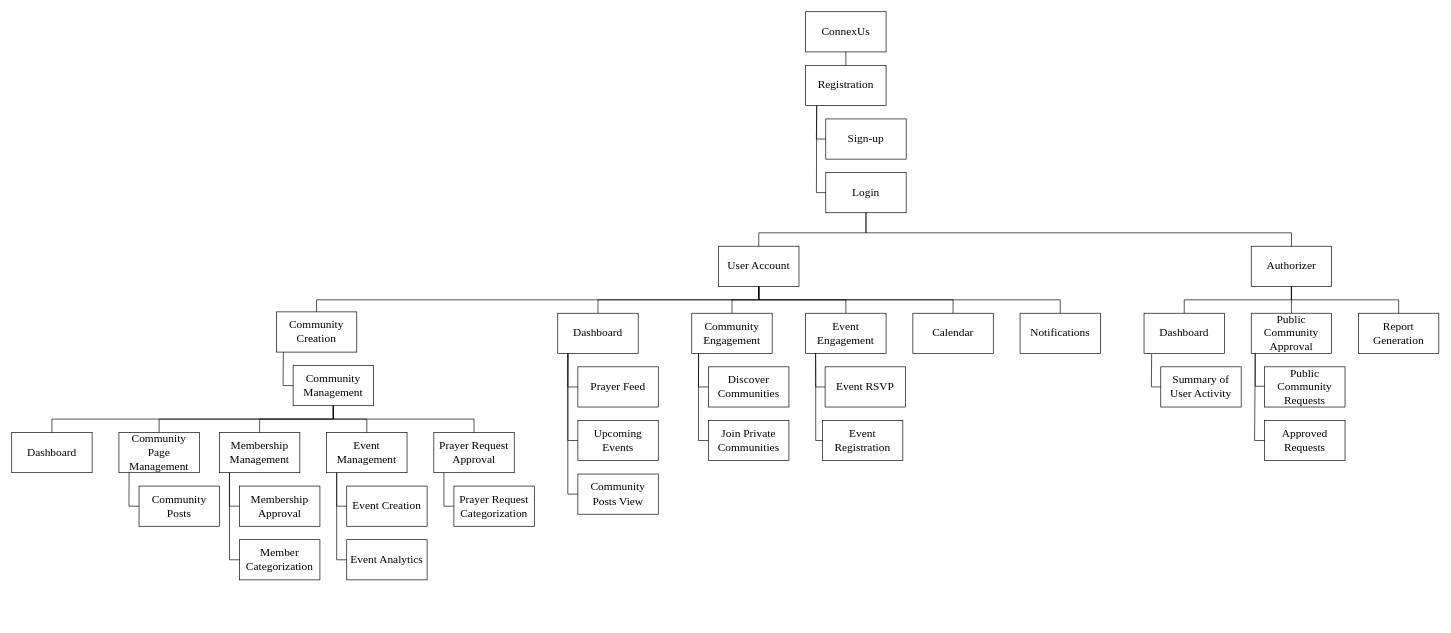
Before: page "Page-1" (1 of 11) of ConnexUs_Chap3.drawio in gvillanueva01/ConnexUs_diagrams, a draw.io diagram. Source tidied: cells renumbered, new cells numbered last; positions are measured from the earlier drawing's top-left corner, leaving out a move shared by most shapes. Both pictures are drawn from the tidied source at 67%, with x=0, y=0 at pixel (11, 11).
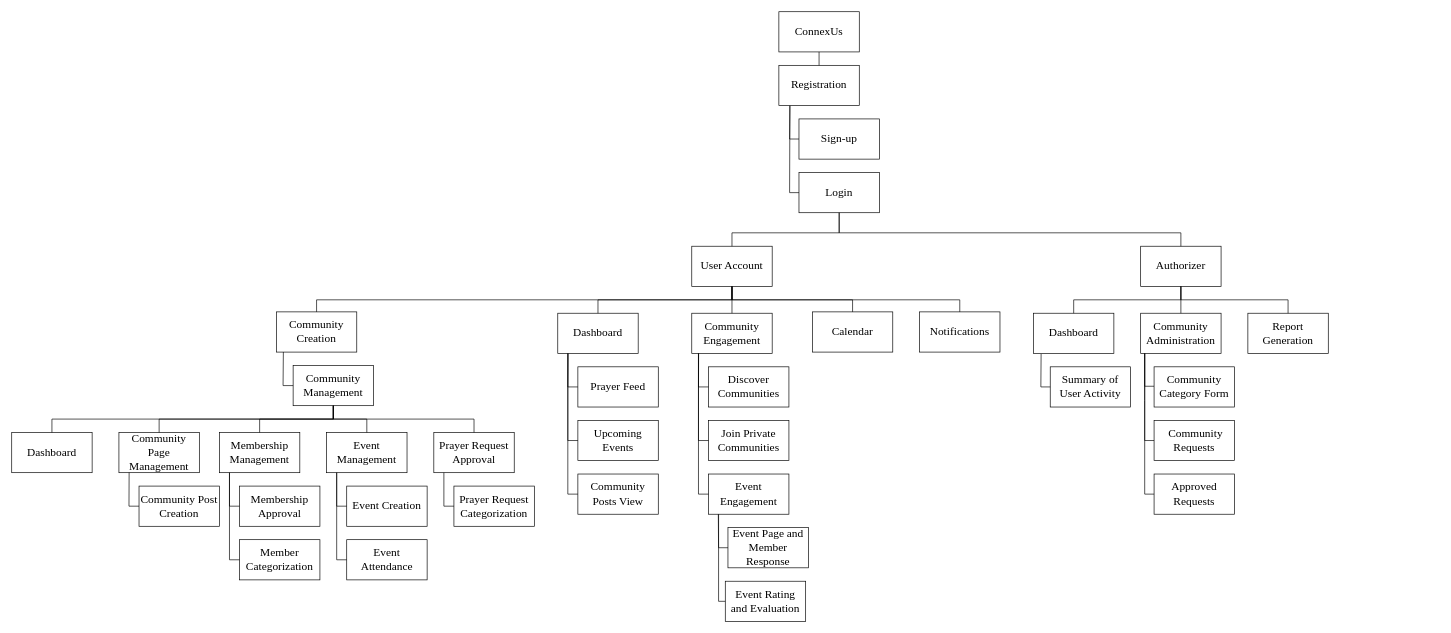
After the change.

The change refers to these unchanged cells:
```xml
<mxCell id="10" value="Community Engagement" style="rounded=0;whiteSpace=wrap;html=1;fontFamily=Times New Roman;fontSize=17;" parent="1" vertex="1">
  <mxGeometry x="1015" y="450" width="120" height="60" as="geometry" />
</mxCell>
<mxCell id="22" value="Community Creation" style="rounded=0;whiteSpace=wrap;html=1;fontFamily=Times New Roman;fontSize=17;" parent="1" vertex="1">
  <mxGeometry x="395" y="448" width="120" height="60" as="geometry" />
</mxCell>
<mxCell id="29" value="Dashboard" style="rounded=0;whiteSpace=wrap;html=1;fontFamily=Times New Roman;fontSize=17;" parent="1" vertex="1">
  <mxGeometry x="815" y="450" width="120" height="60" as="geometry" />
</mxCell>
```

Diff of the diagram source:
```diff
@@
     <mxCell id="2" value="ConnexUs" style="rounded=0;whiteSpace=wrap;html=1;fontFamily=Times New Roman;fontSize=17;" parent="1" vertex="1">
-      <mxGeometry x="1185" width="120" height="60" as="geometry" />
+      <mxGeometry x="1145" width="120" height="60" as="geometry" />
     </mxCell>
     <mxCell id="3" value="User Account" style="rounded=0;whiteSpace=wrap;html=1;fontFamily=Times New Roman;fontSize=17;" parent="1" vertex="1">
-      <mxGeometry x="1055" y="350" width="120" height="60" as="geometry" />
+      <mxGeometry x="1015" y="350" width="120" height="60" as="geometry" />
     </mxCell>
@@
     <mxCell id="5" value="Authorizer" style="rounded=0;whiteSpace=wrap;html=1;fontFamily=Times New Roman;fontSize=17;" parent="1" vertex="1">
-      <mxGeometry x="1850" y="350" width="120" height="60" as="geometry" />
+      <mxGeometry x="1685" y="350" width="120" height="60" as="geometry" />
     </mxCell>
     <mxCell id="6" value="Registration" style="rounded=0;whiteSpace=wrap;html=1;fontFamily=Times New Roman;fontSize=17;" parent="1" vertex="1">
-      <mxGeometry x="1185" y="80" width="120" height="60" as="geometry" />
+      <mxGeometry x="1145" y="80" width="120" height="60" as="geometry" />
     </mxCell>
     <mxCell id="7" value="Sign-up" style="rounded=0;whiteSpace=wrap;html=1;fontFamily=Times New Roman;fontSize=17;" parent="1" vertex="1">
-      <mxGeometry x="1215" y="160" width="120" height="60" as="geometry" />
+      <mxGeometry x="1175" y="160" width="120" height="60" as="geometry" />
     </mxCell>
     <mxCell id="8" value="Login" style="rounded=0;whiteSpace=wrap;html=1;fontFamily=Times New Roman;fontSize=17;" parent="1" vertex="1">
-      <mxGeometry x="1215" y="240" width="120" height="60" as="geometry" />
+      <mxGeometry x="1175" y="240" width="120" height="60" as="geometry" />
     </mxCell>
     <mxCell id="9" value="Event Engagement" style="rounded=0;whiteSpace=wrap;html=1;fontFamily=Times New Roman;fontSize=17;" parent="1" vertex="1">
-      <mxGeometry x="1185" y="450" width="120" height="60" as="geometry" />
+      <mxGeometry x="1040" y="690" width="120" height="60" as="geometry" />
     </mxCell>
@@
     <mxCell id="12" value="Calendar" style="rounded=0;whiteSpace=wrap;html=1;fontFamily=Times New Roman;fontSize=17;" parent="1" vertex="1">
-      <mxGeometry x="1345" y="450" width="120" height="60" as="geometry" />
+      <mxGeometry x="1195" y="448" width="120" height="60" as="geometry" />
     </mxCell>
@@
-    <mxCell id="14" value="Event Analytics" style="rounded=0;whiteSpace=wrap;html=1;fontFamily=Times New Roman;fontSize=17;" parent="1" vertex="1">
+    <mxCell id="14" value="Event Attendance" style="rounded=0;whiteSpace=wrap;html=1;fontFamily=Times New Roman;fontSize=17;" parent="1" vertex="1">
       <mxGeometry x="500" y="788" width="120" height="60" as="geometry" />
     </mxCell>
@@
     <mxCell id="21" value="Notifications" style="rounded=0;whiteSpace=wrap;html=1;fontFamily=Times New Roman;fontSize=17;" parent="1" vertex="1">
-      <mxGeometry x="1505" y="450" width="120" height="60" as="geometry" />
+      <mxGeometry x="1355" y="448" width="120" height="60" as="geometry" />
     </mxCell>
@@
-    <mxCell id="25" value="Event RSVP" style="rounded=0;whiteSpace=wrap;html=1;fontFamily=Times New Roman;fontSize=17;" parent="1" vertex="1">
-      <mxGeometry x="1214" y="530" width="120" height="60" as="geometry" />
+    <mxCell id="25" value="Event Page and Member Response" style="rounded=0;whiteSpace=wrap;html=1;fontFamily=Times New Roman;fontSize=17;" parent="1" vertex="1">
+      <mxGeometry x="1069" y="770" width="120" height="60" as="geometry" />
     </mxCell>
-    <mxCell id="26" value="Event Registration" style="rounded=0;whiteSpace=wrap;html=1;fontFamily=Times New Roman;fontSize=17;" parent="1" vertex="1">
-      <mxGeometry x="1210" y="610" width="120" height="60" as="geometry" />
+    <mxCell id="26" value="Event Rating and Evaluation" style="rounded=0;whiteSpace=wrap;html=1;fontFamily=Times New Roman;fontSize=17;" parent="1" vertex="1">
+      <mxGeometry x="1065" y="850" width="120" height="60" as="geometry" />
     </mxCell>
-    <mxCell id="27" value="Public Community Approval" style="rounded=0;whiteSpace=wrap;html=1;fontFamily=Times New Roman;fontSize=17;" parent="1" vertex="1">
-      <mxGeometry x="1850" y="450" width="120" height="60" as="geometry" />
+    <mxCell id="27" value="Community Administration" style="rounded=0;whiteSpace=wrap;html=1;fontFamily=Times New Roman;fontSize=17;" parent="1" vertex="1">
+      <mxGeometry x="1685" y="450" width="120" height="60" as="geometry" />
     </mxCell>
     <mxCell id="28" value="Dashboard" style="rounded=0;whiteSpace=wrap;html=1;fontFamily=Times New Roman;fontSize=17;" parent="1" vertex="1">
-      <mxGeometry x="1690" y="450" width="120" height="60" as="geometry" />
+      <mxGeometry x="1525" y="450" width="120" height="60" as="geometry" />
     </mxCell>
@@
-    <mxCell id="33" value="Community Posts" style="rounded=0;whiteSpace=wrap;html=1;fontFamily=Times New Roman;fontSize=17;" parent="1" vertex="1">
+    <mxCell id="33" value="Community Post Creation" style="rounded=0;whiteSpace=wrap;html=1;fontFamily=Times New Roman;fontSize=17;" parent="1" vertex="1">
       <mxGeometry x="190" y="708" width="120" height="60" as="geometry" />
     </mxCell>
@@
     <mxCell id="35" value="Report Generation" style="rounded=0;whiteSpace=wrap;html=1;fontFamily=Times New Roman;fontSize=17;" parent="1" vertex="1">
-      <mxGeometry x="2010" y="450" width="120" height="60" as="geometry" />
+      <mxGeometry x="1845" y="450" width="120" height="60" as="geometry" />
     </mxCell>
     <mxCell id="36" value="Summary of User Activity" style="rounded=0;whiteSpace=wrap;html=1;fontFamily=Times New Roman;fontSize=17;" parent="1" vertex="1">
-      <mxGeometry x="1715" y="530" width="120" height="60" as="geometry" />
+      <mxGeometry x="1550" y="530" width="120" height="60" as="geometry" />
     </mxCell>
-    <mxCell id="37" value="Public Community Requests" style="rounded=0;whiteSpace=wrap;html=1;fontFamily=Times New Roman;fontSize=17;" parent="1" vertex="1">
-      <mxGeometry x="1870" y="530" width="120" height="60" as="geometry" />
+    <mxCell id="37" value="&amp;nbsp;Community Requests" style="rounded=0;whiteSpace=wrap;html=1;fontFamily=Times New Roman;fontSize=17;" parent="1" vertex="1">
+      <mxGeometry x="1705" y="610" width="120" height="60" as="geometry" />
     </mxCell>
     <mxCell id="38" value="Approved Requests" style="rounded=0;whiteSpace=wrap;html=1;fontFamily=Times New Roman;fontSize=17;" parent="1" vertex="1">
-      <mxGeometry x="1870" y="610" width="120" height="60" as="geometry" />
+      <mxGeometry x="1705" y="690" width="120" height="60" as="geometry" />
     </mxCell>
@@
     <mxCell id="40" style="endArrow=none;html=1;rounded=0;entryX=0.137;entryY=1.005;entryDx=0;entryDy=0;exitX=0;exitY=0.5;exitDx=0;exitDy=0;entryPerimeter=0;fontSize=17;" parent="1" edge="1" source="7" target="6">
       <mxGeometry relative="1" as="geometry">
         <Array as="points">
-          <mxPoint x="1201" y="190" />
+          <mxPoint x="1161" y="190" />
         </Array>
       </mxGeometry>
     </mxCell>
     <mxCell id="41" style="endArrow=none;html=1;rounded=0;entryX=0.137;entryY=1.007;entryDx=0;entryDy=0;exitX=0;exitY=0.5;exitDx=0;exitDy=0;entryPerimeter=0;fontSize=17;" parent="1" edge="1" source="8" target="6">
       <mxGeometry relative="1" as="geometry">
         <Array as="points">
-          <mxPoint x="1201" y="270" />
+          <mxPoint x="1161" y="270" />
         </Array>
       </mxGeometry>
     </mxCell>
     <mxCell id="42" style="endArrow=none;html=1;rounded=0;entryX=0.5;entryY=1;entryDx=0;entryDy=0;exitX=0.5;exitY=0;exitDx=0;exitDy=0;fontSize=17;" parent="1" edge="1" source="3" target="8">
       <mxGeometry relative="1" as="geometry">
         <Array as="points">
-          <mxPoint x="1115" y="330" />
-          <mxPoint x="1275" y="330" />
+          <mxPoint x="1075" y="330" />
+          <mxPoint x="1235" y="330" />
         </Array>
       </mxGeometry>
     </mxCell>
     <mxCell id="43" style="endArrow=none;html=1;rounded=0;exitX=0.5;exitY=0;exitDx=0;exitDy=0;fontSize=17;" parent="1" edge="1" source="5">
       <mxGeometry relative="1" as="geometry">
-        <mxPoint x="1275" y="300" as="targetPoint" />
+        <mxPoint x="1235" y="300" as="targetPoint" />
         <Array as="points">
-          <mxPoint x="1910" y="330" />
-          <mxPoint x="1275" y="330" />
+          <mxPoint x="1745" y="330" />
+          <mxPoint x="1235" y="330" />
         </Array>
       </mxGeometry>
     </mxCell>
     <mxCell id="44" style="endArrow=none;html=1;rounded=0;entryX=0.5;entryY=1;entryDx=0;entryDy=0;exitX=0.5;exitY=0;exitDx=0;exitDy=0;fontSize=17;" parent="1" edge="1" source="29" target="3">
       <mxGeometry relative="1" as="geometry">
         <Array as="points">
           <mxPoint x="875" y="430" />
-          <mxPoint x="1115" y="430" />
+          <mxPoint x="1075" y="430" />
         </Array>
       </mxGeometry>
     </mxCell>
-    <mxCell id="45" style="endArrow=none;html=1;rounded=0;entryX=0.5;entryY=1;entryDx=0;entryDy=0;exitX=0.5;exitY=0;exitDx=0;exitDy=0;fontSize=17;" parent="1" edge="1" source="22">
+    <mxCell id="45" style="endArrow=none;html=1;rounded=0;entryX=0.5;entryY=1;entryDx=0;entryDy=0;exitX=0.5;exitY=0;exitDx=0;exitDy=0;fontSize=17;" parent="1" edge="1" source="22" target="3">
       <mxGeometry relative="1" as="geometry">
-        <mxPoint x="1115" y="410" as="targetPoint" />
         <Array as="points">
           <mxPoint x="455" y="430" />
-          <mxPoint x="1115" y="430" />
+          <mxPoint x="1075" y="430" />
         </Array>
       </mxGeometry>
     </mxCell>
-    <mxCell id="46" style="endArrow=none;html=1;rounded=0;entryX=0.5;entryY=1;entryDx=0;entryDy=0;exitX=0.5;exitY=0;exitDx=0;exitDy=0;fontSize=17;" parent="1" edge="1" source="10">
+    <mxCell id="46" style="endArrow=none;html=1;rounded=0;entryX=0.5;entryY=1;entryDx=0;entryDy=0;exitX=0.5;exitY=0;exitDx=0;exitDy=0;fontSize=17;" parent="1" edge="1" source="10" target="3">
       <mxGeometry relative="1" as="geometry">
-        <mxPoint x="1115" y="410" as="targetPoint" />
         <Array as="points">
           <mxPoint x="1075" y="430" />
-          <mxPoint x="1115" y="430" />
         </Array>
       </mxGeometry>
     </mxCell>
-    <mxCell id="47" style="endArrow=none;html=1;rounded=0;entryX=0.5;entryY=1;entryDx=0;entryDy=0;exitX=0.5;exitY=0;exitDx=0;exitDy=0;fontSize=17;" parent="1" edge="1" source="9" target="3">
-      <mxGeometry relative="1" as="geometry">
-        <Array as="points">
-          <mxPoint x="1245" y="430" />
-          <mxPoint x="1115" y="430" />
-        </Array>
-      </mxGeometry>
-    </mxCell>
     <mxCell id="48" style="endArrow=none;html=1;rounded=0;entryX=0.5;entryY=1;entryDx=0;entryDy=0;exitX=0.5;exitY=0;exitDx=0;exitDy=0;fontSize=17;" parent="1" edge="1" source="12">
       <mxGeometry relative="1" as="geometry">
-        <mxPoint x="1115" y="410" as="targetPoint" />
+        <mxPoint x="1075" y="410" as="targetPoint" />
         <Array as="points">
-          <mxPoint x="1405" y="430" />
-          <mxPoint x="1115" y="430" />
+          <mxPoint x="1255" y="430" />
+          <mxPoint x="1075" y="430" />
         </Array>
       </mxGeometry>
     </mxCell>
     <mxCell id="49" style="endArrow=none;html=1;rounded=0;entryX=0.5;entryY=1;entryDx=0;entryDy=0;exitX=0.5;exitY=0;exitDx=0;exitDy=0;fontSize=17;" parent="1" edge="1" source="21">
       <mxGeometry relative="1" as="geometry">
-        <mxPoint x="1115" y="410" as="targetPoint" />
+        <mxPoint x="1075" y="410" as="targetPoint" />
         <Array as="points">
-          <mxPoint x="1565" y="430" />
-          <mxPoint x="1115" y="430" />
+          <mxPoint x="1415" y="430" />
+          <mxPoint x="1075" y="430" />
         </Array>
       </mxGeometry>
     </mxCell>
@@
     <mxCell id="67" style="endArrow=none;html=1;rounded=0;entryX=0.122;entryY=1.003;entryDx=0;entryDy=0;entryPerimeter=0;exitX=0;exitY=0.5;exitDx=0;exitDy=0;fontSize=17;" parent="1" edge="1" source="25" target="9">
       <mxGeometry relative="1" as="geometry">
         <Array as="points">
-          <mxPoint x="1200" y="560" />
+          <mxPoint x="1055" y="800" />
         </Array>
       </mxGeometry>
     </mxCell>
     <mxCell id="68" style="endArrow=none;html=1;rounded=0;entryX=0.122;entryY=1.003;entryDx=0;entryDy=0;entryPerimeter=0;exitX=0;exitY=0.5;exitDx=0;exitDy=0;fontSize=17;" parent="1" edge="1" source="26">
       <mxGeometry relative="1" as="geometry">
-        <mxPoint x="1200" y="510" as="targetPoint" />
+        <mxPoint x="1055" y="750" as="targetPoint" />
         <Array as="points">
-          <mxPoint x="1200" y="640" />
+          <mxPoint x="1055" y="880" />
         </Array>
       </mxGeometry>
     </mxCell>
     <mxCell id="69" style="endArrow=none;html=1;rounded=0;entryX=0.5;entryY=1;entryDx=0;entryDy=0;exitX=0.5;exitY=0;exitDx=0;exitDy=0;fontSize=17;" parent="1" edge="1" source="28" target="5">
       <mxGeometry relative="1" as="geometry">
         <Array as="points">
-          <mxPoint x="1750" y="430" />
-          <mxPoint x="1910" y="430" />
+          <mxPoint x="1585" y="430" />
+          <mxPoint x="1745" y="430" />
         </Array>
       </mxGeometry>
     </mxCell>
@@
     <mxCell id="71" style="endArrow=none;html=1;rounded=0;entryX=0.5;entryY=1;entryDx=0;entryDy=0;exitX=0.5;exitY=0;exitDx=0;exitDy=0;fontSize=17;" parent="1" edge="1" source="35" target="5">
       <mxGeometry relative="1" as="geometry">
         <Array as="points">
-          <mxPoint x="2070" y="430" />
-          <mxPoint x="1910" y="430" />
+          <mxPoint x="1905" y="430" />
+          <mxPoint x="1745" y="430" />
         </Array>
       </mxGeometry>
     </mxCell>
     <mxCell id="72" style="endArrow=none;html=1;rounded=0;entryX=0.095;entryY=1.013;entryDx=0;entryDy=0;entryPerimeter=0;exitX=0;exitY=0.5;exitDx=0;exitDy=0;fontSize=17;" parent="1" edge="1" source="36" target="28">
       <mxGeometry relative="1" as="geometry">
         <Array as="points">
-          <mxPoint x="1701" y="560" />
+          <mxPoint x="1536" y="560" />
         </Array>
       </mxGeometry>
     </mxCell>
     <mxCell id="73" style="endArrow=none;html=1;rounded=0;entryX=0.095;entryY=1.013;entryDx=0;entryDy=0;entryPerimeter=0;exitX=0;exitY=0.5;exitDx=0;exitDy=0;fontSize=17;" parent="1" edge="1">
       <mxGeometry relative="1" as="geometry">
-        <mxPoint x="1870" y="559" as="sourcePoint" />
-        <mxPoint x="1856" y="510" as="targetPoint" />
+        <mxPoint x="1705" y="559" as="sourcePoint" />
+        <mxPoint x="1691" y="510" as="targetPoint" />
         <Array as="points">
-          <mxPoint x="1856" y="559" />
+          <mxPoint x="1691" y="559" />
         </Array>
       </mxGeometry>
     </mxCell>
-    <mxCell id="74" style="endArrow=none;html=1;rounded=0;entryX=0.095;entryY=1.013;entryDx=0;entryDy=0;entryPerimeter=0;exitX=0;exitY=0.5;exitDx=0;exitDy=0;fontSize=17;" parent="1" edge="1" source="38">
+    <mxCell id="74" style="endArrow=none;html=1;rounded=0;entryX=0.095;entryY=1.013;entryDx=0;entryDy=0;entryPerimeter=0;exitX=0;exitY=0.5;exitDx=0;exitDy=0;fontSize=17;" parent="1" edge="1" source="37">
       <mxGeometry relative="1" as="geometry">
-        <mxPoint x="1856" y="510" as="targetPoint" />
+        <mxPoint x="1691" y="510" as="targetPoint" />
         <Array as="points">
-          <mxPoint x="1855" y="640" />
+          <mxPoint x="1691" y="640" />
+          <mxPoint x="1691" y="580" />
         </Array>
       </mxGeometry>
     </mxCell>
+    <mxCell id="75" value="Community Category Form" style="rounded=0;whiteSpace=wrap;html=1;fontFamily=Times New Roman;fontSize=17;" parent="1" vertex="1">
+      <mxGeometry x="1705" y="530" width="120" height="60" as="geometry" />
+    </mxCell>
+    <mxCell id="76" style="endArrow=none;html=1;rounded=0;entryX=0.095;entryY=1.013;entryDx=0;entryDy=0;entryPerimeter=0;exitX=0;exitY=0.5;exitDx=0;exitDy=0;fontSize=17;" parent="1" edge="1" source="38">
+      <mxGeometry relative="1" as="geometry">
+        <mxPoint x="1691" y="510" as="targetPoint" />
+        <Array as="points">
+          <mxPoint x="1691" y="720" />
+          <mxPoint x="1691" y="580" />
+        </Array>
+      </mxGeometry>
+    </mxCell>
+    <mxCell id="77" style="endArrow=none;html=1;rounded=0;exitX=0.085;exitY=1.003;exitDx=0;exitDy=0;exitPerimeter=0;entryX=0;entryY=0.5;entryDx=0;entryDy=0;fontSize=17;" parent="1" edge="1" target="9">
+      <mxGeometry relative="1" as="geometry">
+        <mxPoint x="1025" y="510" as="sourcePoint" />
+        <Array as="points">
+          <mxPoint x="1025" y="720" />
+        </Array>
+      </mxGeometry>
+    </mxCell>
```
